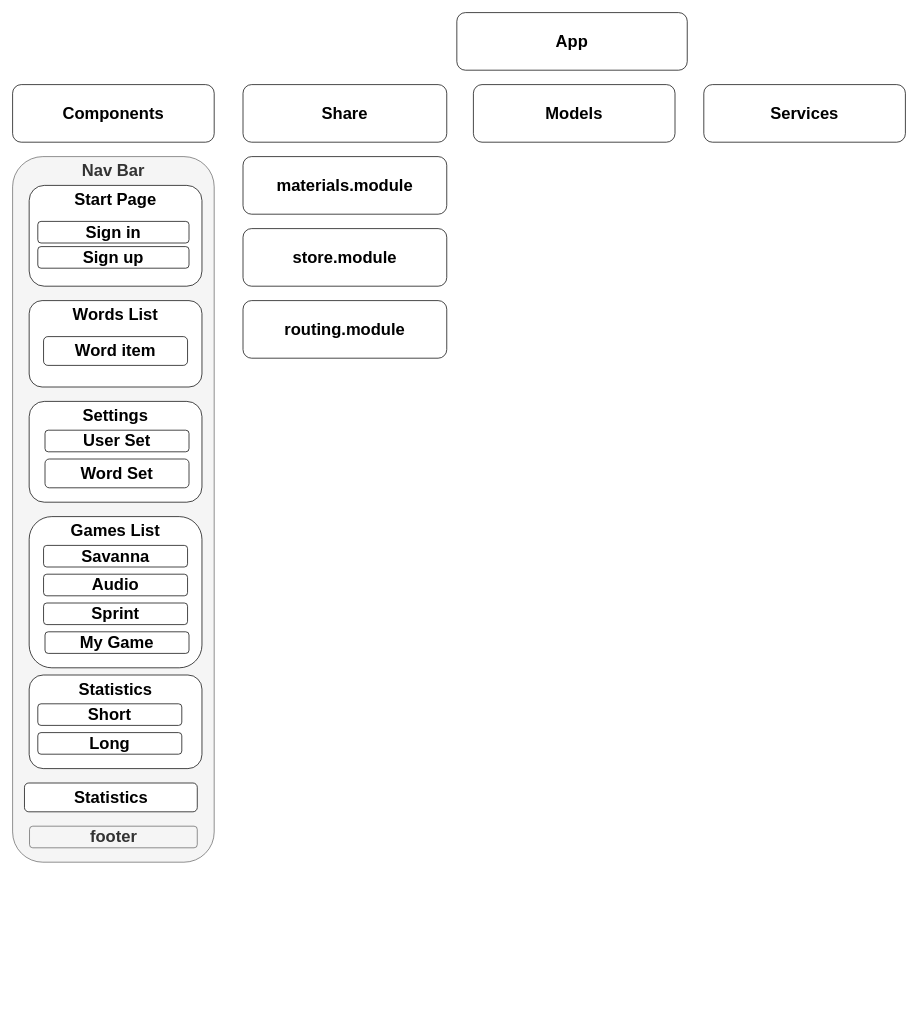
The draw.io diagram Untitled Diagram.drawio in AndreyAmelchenia/DiagramRsLang, before the edit. Source tidied: cells renumbered, new cells numbered last; positions are measured from the earlier drawing's top-left corner, leaving out a move shared by most shapes. Both pictures are drawn from the tidied source at 72%, with x=0, y=0 at pixel (12, 12).
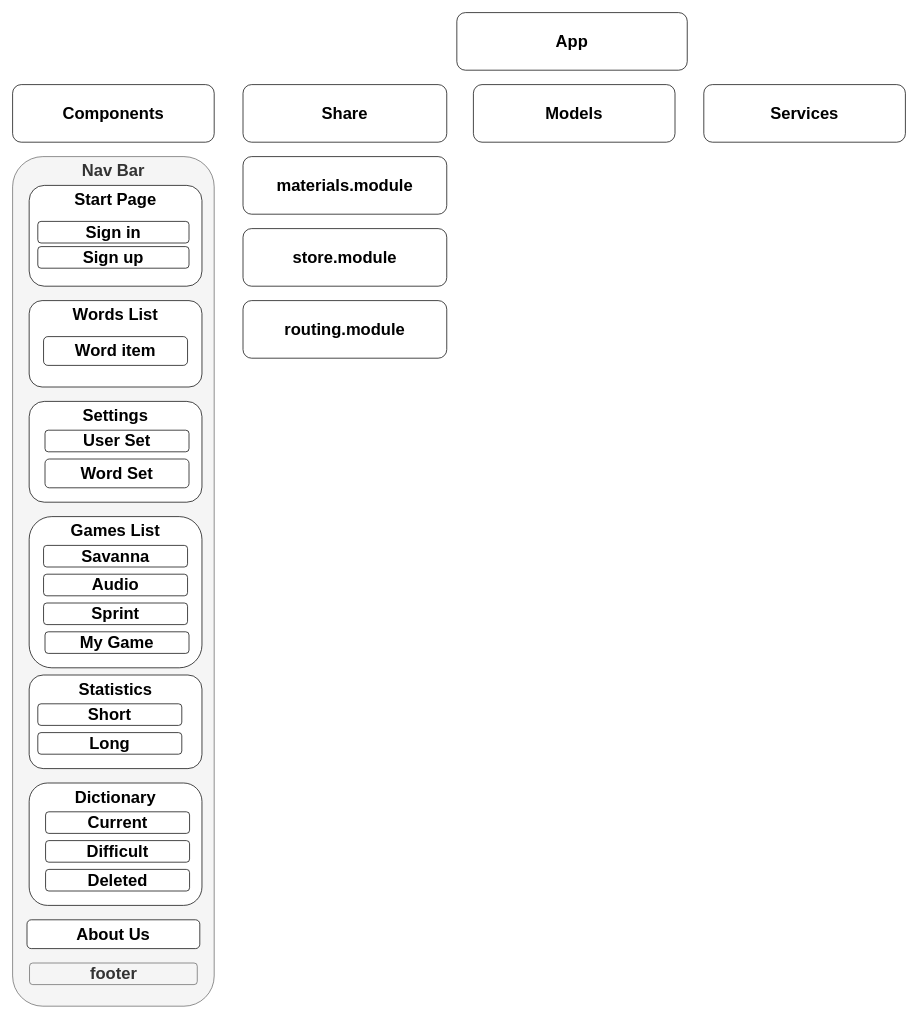
The same page after the edit.

The edit, as a diff of the source:
```diff
@@
     <mxCell id="10" value="&lt;span style=&quot;font-size: 23px&quot;&gt;&lt;b&gt;Nav Bar&lt;/b&gt;&lt;/span&gt;" style="rounded=1;whiteSpace=wrap;html=1;verticalAlign=top;fillColor=#f5f5f5;strokeColor=#666666;fontColor=#333333;" parent="1" vertex="1">
-      <mxGeometry y="200" width="280" height="980" as="geometry" />
+      <mxGeometry y="200" width="280" height="1180" as="geometry" />
     </mxCell>
     <mxCell id="11" value="&lt;span style=&quot;font-size: 23px&quot;&gt;&lt;b&gt;footer&lt;/b&gt;&lt;/span&gt;" style="rounded=1;whiteSpace=wrap;html=1;fillColor=#f5f5f5;strokeColor=#666666;fontColor=#333333;" parent="1" vertex="1">
-      <mxGeometry x="23.5" y="1130" width="233" height="30" as="geometry" />
+      <mxGeometry x="23.5" y="1320" width="233" height="30" as="geometry" />
     </mxCell>
@@
-    <mxCell id="28" value="&lt;span style=&quot;font-size: 23px&quot;&gt;&lt;b&gt;Statistics&lt;/b&gt;&lt;/span&gt;" style="rounded=1;whiteSpace=wrap;html=1;verticalAlign=top;" parent="1" vertex="1">
-      <mxGeometry x="16.5" y="1070" width="240" height="40" as="geometry" />
+    <mxCell id="28" value="&lt;span style=&quot;font-size: 23px&quot;&gt;&lt;b&gt;About Us&lt;/b&gt;&lt;/span&gt;" style="rounded=1;whiteSpace=wrap;html=1;verticalAlign=top;" parent="1" vertex="1">
+      <mxGeometry x="20" y="1260" width="240" height="40" as="geometry" />
     </mxCell>
+    <mxCell id="29" value="&lt;span style=&quot;font-size: 23px&quot;&gt;&lt;b&gt;Dictionary&lt;/b&gt;&lt;/span&gt;" style="rounded=1;whiteSpace=wrap;html=1;verticalAlign=top;" parent="1" vertex="1">
+      <mxGeometry x="23" y="1070" width="240" height="170" as="geometry" />
+    </mxCell>
+    <mxCell id="30" value="&lt;span style=&quot;font-size: 23px&quot;&gt;&lt;b&gt;Current&lt;/b&gt;&lt;/span&gt;" style="rounded=1;whiteSpace=wrap;html=1;" parent="1" vertex="1">
+      <mxGeometry x="45.8" y="1110" width="200" height="30" as="geometry" />
+    </mxCell>
+    <mxCell id="31" value="&lt;span style=&quot;font-size: 23px&quot;&gt;&lt;b&gt;Difficult&lt;/b&gt;&lt;/span&gt;" style="rounded=1;whiteSpace=wrap;html=1;" parent="1" vertex="1">
+      <mxGeometry x="45.8" y="1150" width="200" height="30" as="geometry" />
+    </mxCell>
+    <mxCell id="32" value="&lt;span style=&quot;font-size: 23px&quot;&gt;&lt;b&gt;Deleted&lt;/b&gt;&lt;/span&gt;" style="rounded=1;whiteSpace=wrap;html=1;" parent="1" vertex="1">
+      <mxGeometry x="45.8" y="1190" width="200" height="30" as="geometry" />
+    </mxCell>
+    <mxCell id="33" style="edgeStyle=orthogonalEdgeStyle;rounded=0;orthogonalLoop=1;jettySize=auto;html=1;exitX=0.5;exitY=1;exitDx=0;exitDy=0;fontSize=20;" parent="1" edge="1" source="10" target="10">
+      <mxGeometry relative="1" as="geometry" />
+    </mxCell>
```
